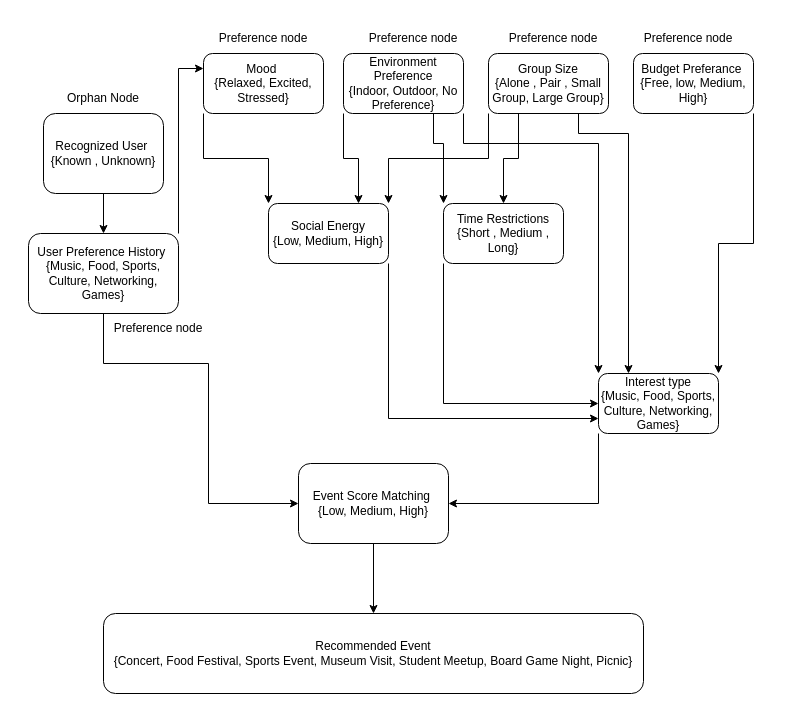
Earlier version of the draw.io diagram Project/Bayesian_daigram_Project.drawio (kamrankhowaja/HCIR). Source tidied: cells renumbered, new cells numbered last; positions are measured from the earlier drawing's top-left corner, leaving out a move shared by most shapes. Both pictures are drawn from the tidied source at 100%, with x=0, y=0 at pixel (28, 23).
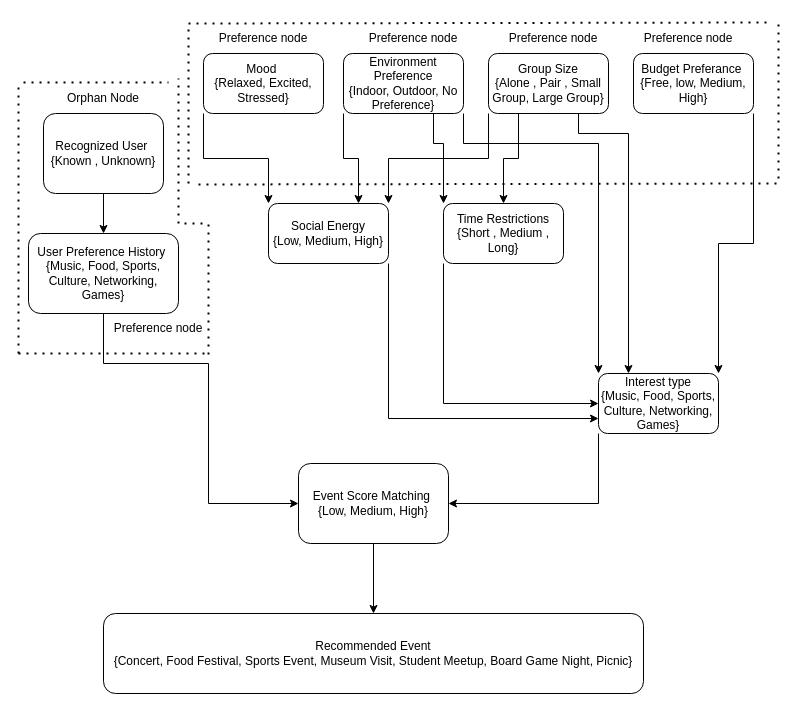
The same page after the edit.

The change refers to these unchanged cells:
```xml
<mxCell id="6" value="User Preference History&amp;nbsp;&lt;div&gt;{Music, Food, Sports, Culture, Networking, Games}&lt;/div&gt;" style="rounded=1;whiteSpace=wrap;html=1;" parent="1" vertex="1">
  <mxGeometry y="210" width="150" height="80" as="geometry" />
</mxCell>
<mxCell id="8" value="Mood&amp;nbsp;&lt;div&gt;{Relaxed, Excited, Stressed}&lt;/div&gt;" style="rounded=1;whiteSpace=wrap;html=1;" parent="1" vertex="1">
  <mxGeometry x="175" y="30" width="120" height="60" as="geometry" />
</mxCell>
```

The edit, as a diff of the source:
```diff
@@
-    <mxCell id="5" style="edgeStyle=orthogonalEdgeStyle;rounded=0;jettySize=auto;html=1;exitX=1;exitY=0;exitDx=0;exitDy=0;entryX=0;entryY=0.25;entryDx=0;entryDy=0;" parent="1" edge="1" source="6" target="8">
-      <mxGeometry relative="1" as="geometry" />
-    </mxCell>
@@
+    <mxCell id="34" style="endArrow=none;dashed=1;html=1;dashPattern=1 3;strokeWidth=2;rounded=0;" parent="1" edge="1">
+      <mxGeometry relative="1" as="geometry">
+        <mxPoint x="160" y="160" as="sourcePoint" />
+        <mxPoint x="160" as="targetPoint" />
+      </mxGeometry>
+    </mxCell>
+    <mxCell id="35" style="endArrow=none;dashed=1;html=1;dashPattern=1 3;strokeWidth=2;rounded=0;" parent="1" edge="1">
+      <mxGeometry relative="1" as="geometry">
+        <mxPoint x="750" y="155" as="sourcePoint" />
+        <mxPoint x="750" y="-5" as="targetPoint" />
+      </mxGeometry>
+    </mxCell>
+    <mxCell id="36" style="endArrow=none;dashed=1;html=1;dashPattern=1 3;strokeWidth=2;rounded=0;" parent="1" edge="1">
+      <mxGeometry relative="1" as="geometry">
+        <mxPoint x="160" as="sourcePoint" />
+        <mxPoint x="740" y="-1" as="targetPoint" />
+      </mxGeometry>
+    </mxCell>
+    <mxCell id="37" style="endArrow=none;dashed=1;html=1;dashPattern=1 3;strokeWidth=2;rounded=0;" parent="1" edge="1">
+      <mxGeometry relative="1" as="geometry">
+        <mxPoint x="170" y="161" as="sourcePoint" />
+        <mxPoint x="750" y="160" as="targetPoint" />
+      </mxGeometry>
+    </mxCell>
+    <mxCell id="38" style="endArrow=none;dashed=1;html=1;dashPattern=1 3;strokeWidth=2;rounded=0;" parent="1" edge="1">
+      <mxGeometry relative="1" as="geometry">
+        <mxPoint x="-10" y="330" as="sourcePoint" />
+        <mxPoint x="-10" y="60" as="targetPoint" />
+      </mxGeometry>
+    </mxCell>
+    <mxCell id="39" style="endArrow=none;dashed=1;html=1;dashPattern=1 3;strokeWidth=2;rounded=0;" parent="1" edge="1">
+      <mxGeometry relative="1" as="geometry">
+        <mxPoint x="150" y="200" as="sourcePoint" />
+        <mxPoint x="150" y="55" as="targetPoint" />
+      </mxGeometry>
+    </mxCell>
+    <mxCell id="40" style="endArrow=none;dashed=1;html=1;dashPattern=1 3;strokeWidth=2;rounded=0;" parent="1" edge="1">
+      <mxGeometry relative="1" as="geometry">
+        <mxPoint x="-5" y="59" as="sourcePoint" />
+        <mxPoint x="140" y="59" as="targetPoint" />
+      </mxGeometry>
+    </mxCell>
+    <mxCell id="41" style="endArrow=none;dashed=1;html=1;dashPattern=1 3;strokeWidth=2;rounded=0;" parent="1" edge="1">
+      <mxGeometry relative="1" as="geometry">
+        <mxPoint x="-10" y="330" as="sourcePoint" />
+        <mxPoint x="180" y="330" as="targetPoint" />
+      </mxGeometry>
+    </mxCell>
+    <mxCell id="42" style="endArrow=none;dashed=1;html=1;dashPattern=1 3;strokeWidth=2;rounded=0;" parent="1" edge="1">
+      <mxGeometry relative="1" as="geometry">
+        <mxPoint x="180" y="201" as="sourcePoint" />
+        <mxPoint x="180" y="331" as="targetPoint" />
+      </mxGeometry>
+    </mxCell>
+    <mxCell id="43" style="endArrow=none;dashed=1;html=1;dashPattern=1 3;strokeWidth=2;rounded=0;" parent="1" edge="1">
+      <mxGeometry relative="1" as="geometry">
+        <mxPoint x="156" y="200" as="sourcePoint" />
+        <mxPoint x="176" y="200" as="targetPoint" />
+      </mxGeometry>
+    </mxCell>
```
